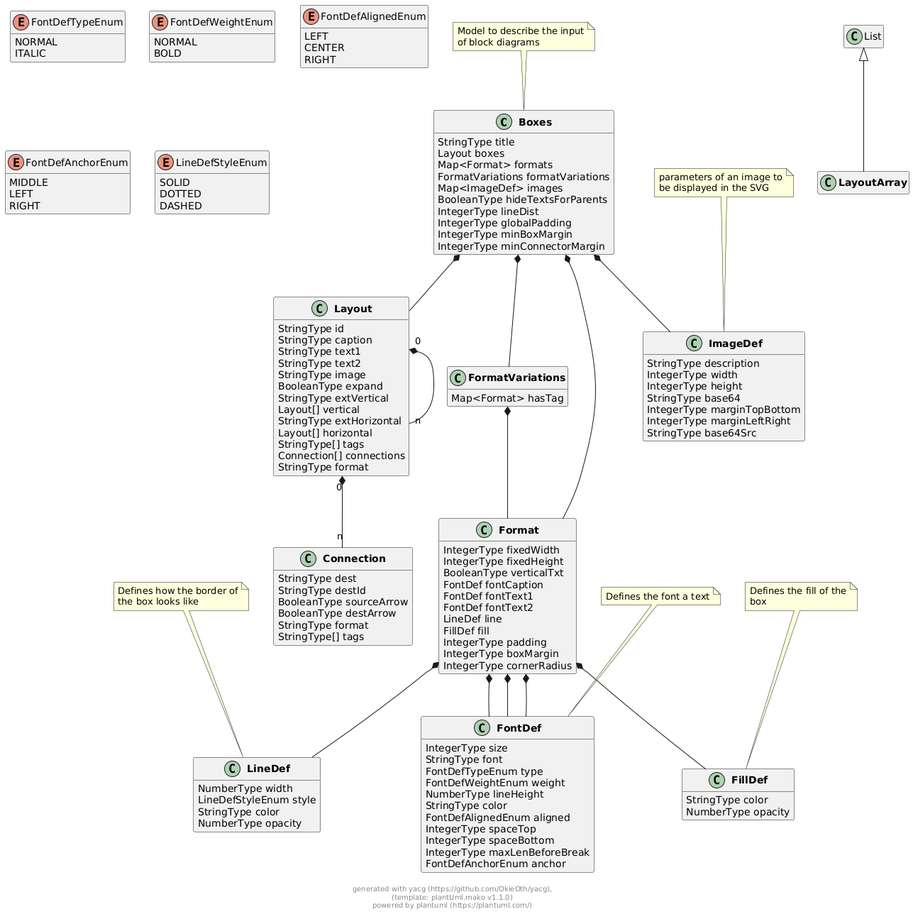
Before: docs/models/png/boxes.png, a diagram exported from PlantUML (OkieOth/draw.chart.things).
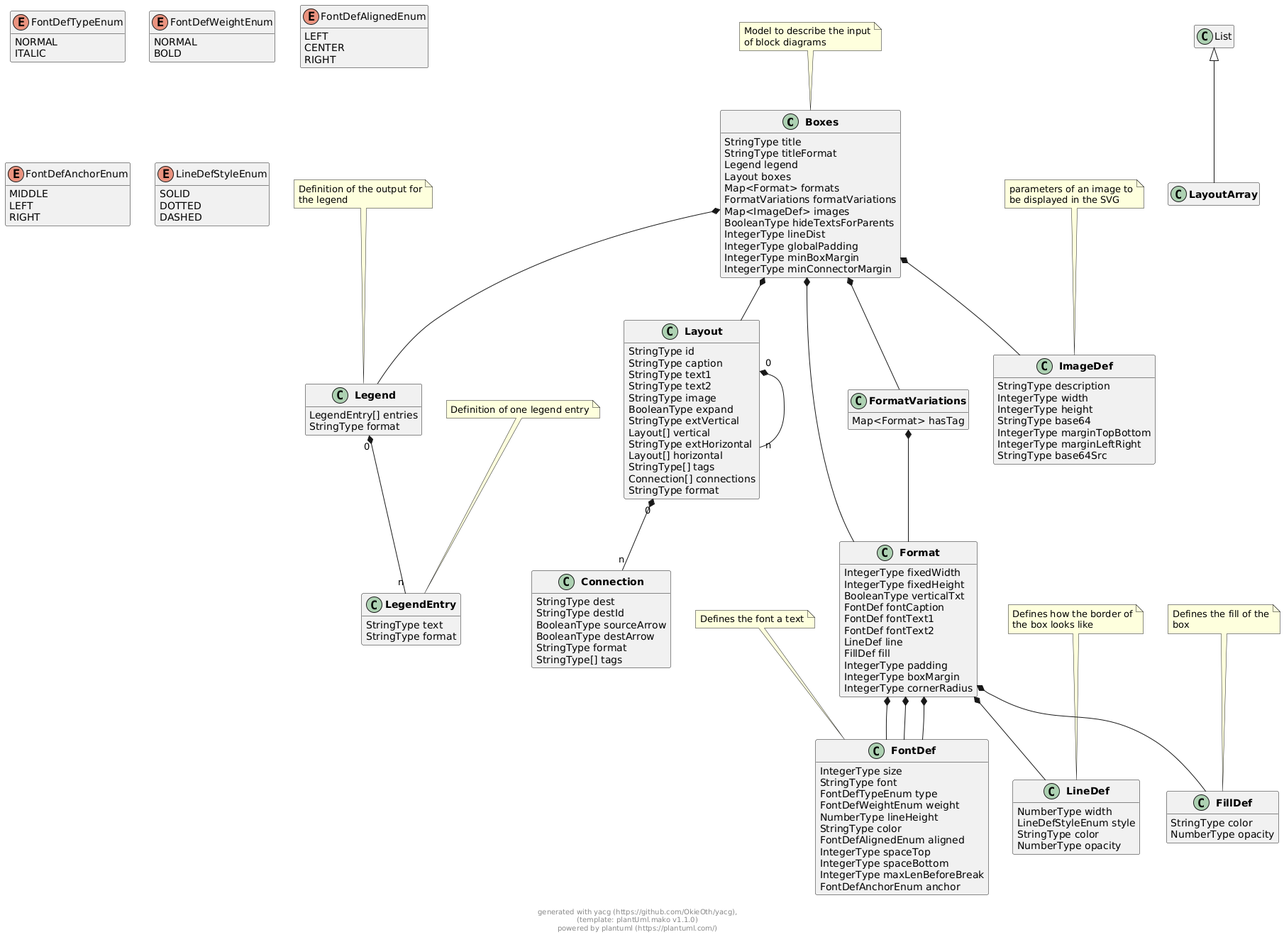
The same diagram one commit later.

The edit, as a diff of the source:
```diff
@@ -5,6 +5,8 @@
 
 class "**Boxes**" as Boxes {
         StringType title
+        StringType titleFormat
+        Legend legend
         Layout boxes
         Map<Format> formats
         FormatVariations formatVariations
@@ -16,6 +18,14 @@
         IntegerType minConnectorMargin
 }
 note top: Model to describe the input\nof block diagrams
+
+
+
+class "**Legend**" as Legend {
+        LegendEntry[] entries
+        StringType format
+}
+note top: Definition of the output for\nthe legend
 
 
 
@@ -58,6 +68,14 @@
         Map<Format> hasTag
 }
 
+
+
+
+class "**LegendEntry**" as LegendEntry {
+        StringType text
+        StringType format
+}
+note top: Definition of one legend entry
 
 
 
@@ -155,6 +173,9 @@
 
 
 
+
+Boxes  *--  Legend
+
 Boxes  *--  Layout
 
 Boxes  *--  Format
@@ -166,6 +187,10 @@
 
 
 
+
+
+
+Legend "0" *-- "n" LegendEntry
 
 
 
@@ -249,5 +274,8 @@
 
 
 
+
+
+
 footer \ngenerated with yacg (https://github.com/OkieOth/yacg),\n(template: plantUml.mako v1.1.0)\npowered by plantuml (https://plantuml.com/)
 @enduml
```
